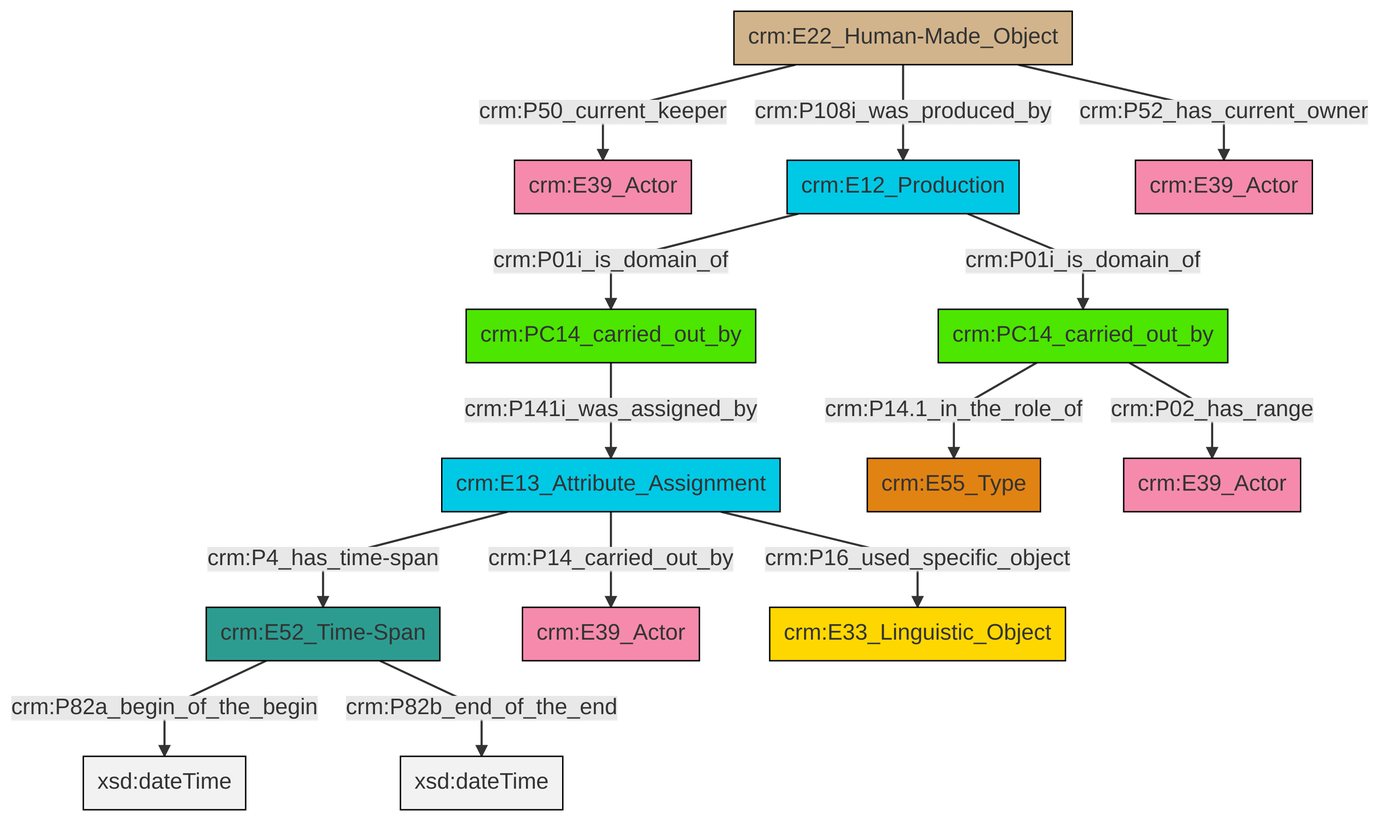
The Mermaid diagram et/carrierCSV/ttl/mmd/png/carrier_relations.png in swiss-art-research-net/docs.swissartresearch, before a commit. Its source is kept beside it as et/carrierCSV/ttl/mmd/carrier_relations.ttl.mmd.
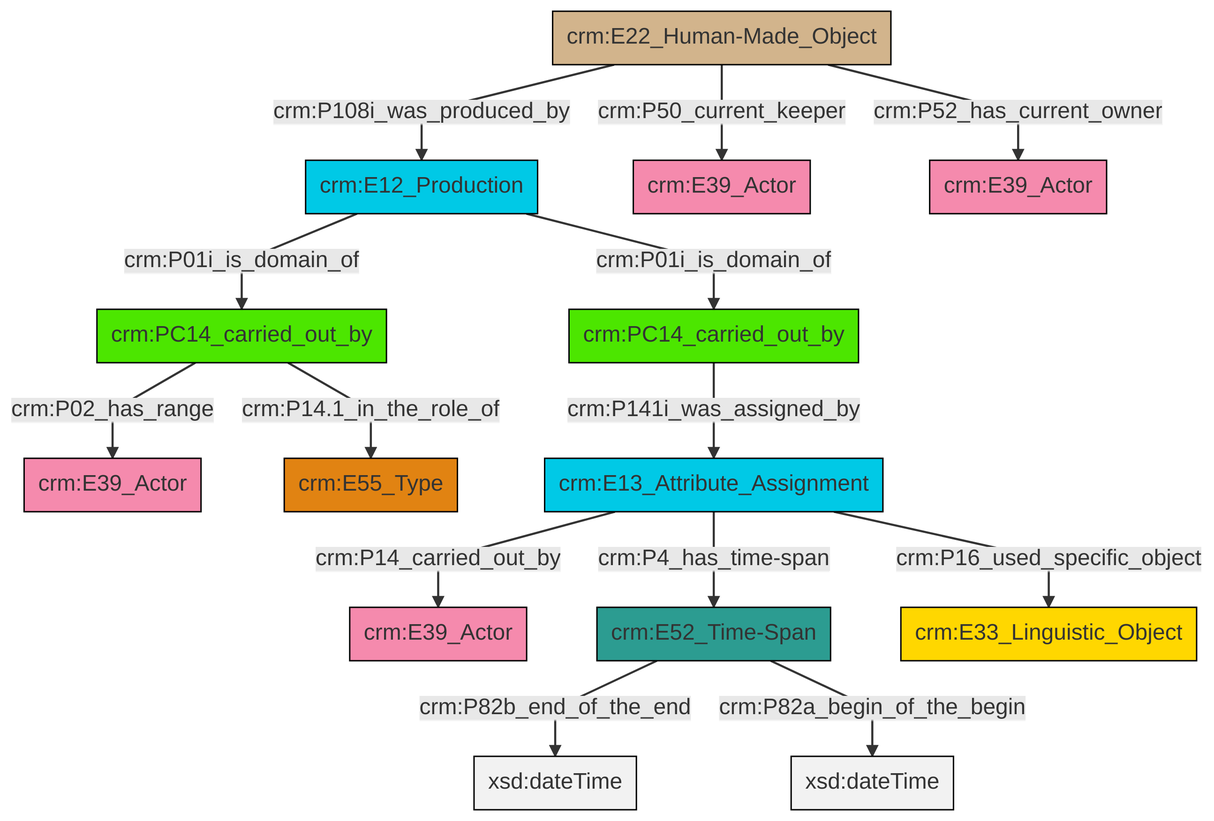
The same file after the commit.

What changed in the source:
```diff
@@ -13,16 +13,16 @@
 classDef PC_Classes fill:#4ce600, stroke:#000000;
 classDef Multi fill:#cccccc,stroke:#000000;
 
-0["crm:E52_Time-Span"]:::Time-Span -->|crm:P82a_begin_of_the_begin| 1[xsd:dateTime]:::Literal
-4["crm:E13_Attribute_Assignment"]:::Temporal_Entity -->|crm:P14_carried_out_by| 2["crm:E39_Actor"]:::Actor
-8["crm:PC14_carried_out_by"]:::PC_Classes -->|crm:P141i_was_assigned_by| 4["crm:E13_Attribute_Assignment"]:::Temporal_Entity
-9["crm:E22_Human-Made_Object"]:::Physical_Thing -->|crm:P50_current_keeper| 5["crm:E39_Actor"]:::Actor
-10["crm:E12_Production"]:::Temporal_Entity -->|crm:P01i_is_domain_of| 11["crm:PC14_carried_out_by"]:::PC_Classes
-0["crm:E52_Time-Span"]:::Time-Span -->|crm:P82b_end_of_the_end| 12[xsd:dateTime]:::Literal
-10["crm:E12_Production"]:::Temporal_Entity -->|crm:P01i_is_domain_of| 8["crm:PC14_carried_out_by"]:::PC_Classes
-4["crm:E13_Attribute_Assignment"]:::Temporal_Entity -->|crm:P16_used_specific_object| 19["crm:E33_Linguistic_Object"]:::Conceptual_Object
-11["crm:PC14_carried_out_by"]:::PC_Classes -->|crm:P02_has_range| 20["crm:E39_Actor"]:::Actor
-9["crm:E22_Human-Made_Object"]:::Physical_Thing -->|crm:P52_has_current_owner| 13["crm:E39_Actor"]:::Actor
-9["crm:E22_Human-Made_Object"]:::Physical_Thing -->|crm:P108i_was_produced_by| 10["crm:E12_Production"]:::Temporal_Entity
-4["crm:E13_Attribute_Assignment"]:::Temporal_Entity -->|crm:P4_has_time-span| 0["crm:E52_Time-Span"]:::Time-Span
-11["crm:PC14_carried_out_by"]:::PC_Classes -->|crm:P14.1_in_the_role_of| 15["crm:E55_Type"]:::Type
+2["crm:PC14_carried_out_by"]:::PC_Classes -->|crm:P02_has_range| 3["crm:E39_Actor"]:::Actor
+6["crm:E13_Attribute_Assignment"]:::Temporal_Entity -->|crm:P14_carried_out_by| 7["crm:E39_Actor"]:::Actor
+8["crm:E12_Production"]:::Temporal_Entity -->|crm:P01i_is_domain_of| 2["crm:PC14_carried_out_by"]:::PC_Classes
+2["crm:PC14_carried_out_by"]:::PC_Classes -->|crm:P14.1_in_the_role_of| 9["crm:E55_Type"]:::Type
+10["crm:E22_Human-Made_Object"]:::Physical_Thing -->|crm:P108i_was_produced_by| 8["crm:E12_Production"]:::Temporal_Entity
+11["crm:PC14_carried_out_by"]:::PC_Classes -->|crm:P141i_was_assigned_by| 6["crm:E13_Attribute_Assignment"]:::Temporal_Entity
+10["crm:E22_Human-Made_Object"]:::Physical_Thing -->|crm:P50_current_keeper| 4["crm:E39_Actor"]:::Actor
+19["crm:E52_Time-Span"]:::Time-Span -->|crm:P82b_end_of_the_end| 20[xsd:dateTime]:::Literal
+6["crm:E13_Attribute_Assignment"]:::Temporal_Entity -->|crm:P4_has_time-span| 19["crm:E52_Time-Span"]:::Time-Span
+6["crm:E13_Attribute_Assignment"]:::Temporal_Entity -->|crm:P16_used_specific_object| 0["crm:E33_Linguistic_Object"]:::Conceptual_Object
+19["crm:E52_Time-Span"]:::Time-Span -->|crm:P82a_begin_of_the_begin| 24[xsd:dateTime]:::Literal
+8["crm:E12_Production"]:::Temporal_Entity -->|crm:P01i_is_domain_of| 11["crm:PC14_carried_out_by"]:::PC_Classes
+10["crm:E22_Human-Made_Object"]:::Physical_Thing -->|crm:P52_has_current_owner| 12["crm:E39_Actor"]:::Actor
```
